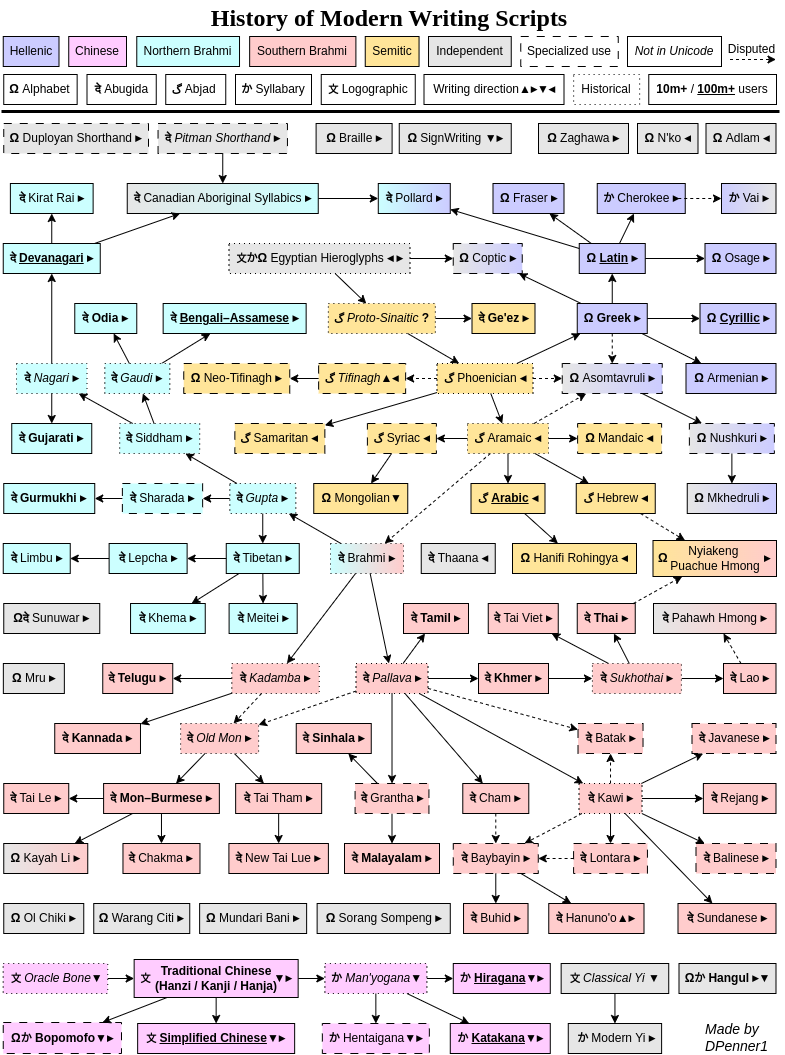
DPenner1/WritingSystemHistory keeps this draw.io diagram as Script History.png. Above is the earlier version. Source tidied: cells renumbered, new cells last; positions are measured from the earlier drawing's top-left corner, leaving out a move shared by most shapes.
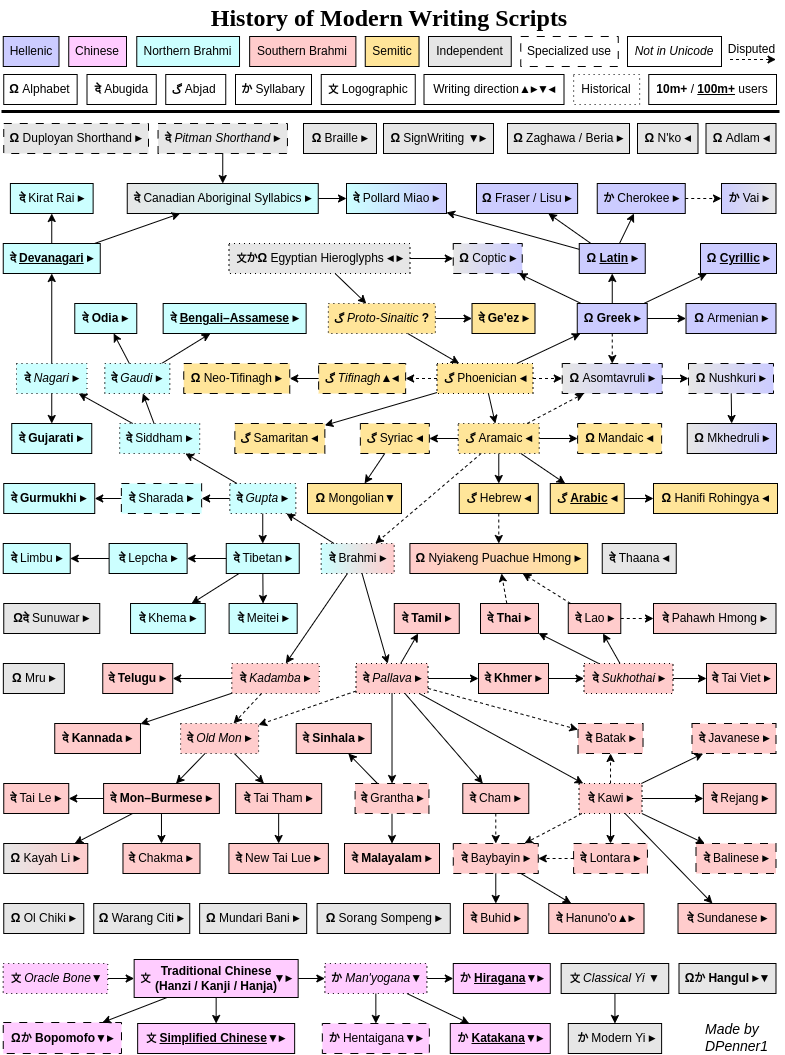
Above is the later version.

Commit message:
Added alternate script names, removed Osage per inclusion criteria

Diff of the diagram source:
```diff
@@ -42,19 +42,19 @@
       <mxGeometry x="203" y="225" as="geometry" />
     </mxCell>
     <mxCell id="15" value="&lt;font style=&quot;font-weight: 700; font-size: 11px;&quot;&gt;گ&lt;/font&gt;&lt;span style=&quot;font-weight: 700;&quot;&gt;&amp;nbsp;&lt;/span&gt;Aramaic&amp;nbsp;&lt;b&gt;◂&lt;/b&gt;" style="whiteSpace=wrap;html=1;dashed=1;dashPattern=1 4;fillColor=#FFE599;" parent="1" vertex="1">
-      <mxGeometry x="466" y="423" width="81" height="30" as="geometry" />
+      <mxGeometry x="456.8" y="423" width="81" height="30" as="geometry" />
     </mxCell>
     <mxCell id="16" style="endArrow=classic;html=1;" parent="1" edge="1" source="10" target="15">
       <mxGeometry x="284" y="435" as="geometry" />
     </mxCell>
     <mxCell id="17" value="&lt;font style=&quot;font-size: 11px;&quot;&gt;گ&lt;/font&gt;&amp;nbsp;&lt;span style=&quot;font-weight: normal;&quot;&gt;Hebrew&lt;/span&gt;&lt;span style=&quot;font-weight: 400;&quot;&gt;&amp;nbsp;&lt;/span&gt;&lt;b&gt;◂&lt;/b&gt;" style="whiteSpace=wrap;html=1;fontStyle=1;fillColor=#FFE599;" parent="1" vertex="1">
-      <mxGeometry x="574.8" y="483" width="79" height="30" as="geometry" />
+      <mxGeometry x="457.8" y="483" width="79" height="30" as="geometry" />
     </mxCell>
     <mxCell id="18" style="endArrow=classic;html=1;" parent="1" edge="1" source="15" target="17">
       <mxGeometry x="283" y="565" as="geometry" />
     </mxCell>
     <mxCell id="19" value="&lt;b&gt;दे&amp;nbsp;&lt;/b&gt;Brahmi&lt;span style=&quot;font-weight: 700;&quot;&gt;&amp;nbsp;▸&lt;/span&gt;" style="whiteSpace=wrap;html=1;dashed=1;dashPattern=1 4;gradientColor=#FFCCCC;gradientDirection=east;fillColor=#CCFFFF;" parent="1" vertex="1">
-      <mxGeometry x="329" y="543" width="73" height="30" as="geometry" />
+      <mxGeometry x="319.7" y="543" width="73" height="30" as="geometry" />
     </mxCell>
     <mxCell id="20" style="endArrow=classic;html=1;dashed=1;" parent="1" edge="1" source="15" target="19">
       <mxGeometry x="293" y="575" as="geometry" />
@@ -108,10 +108,10 @@
       <mxGeometry x="303" y="585" as="geometry" />
     </mxCell>
     <mxCell id="37" value="&lt;b&gt;दे&amp;nbsp;&lt;/b&gt;Thai ▸" style="whiteSpace=wrap;html=1;fontStyle=1;fillColor=#FFCCCC;" parent="1" vertex="1">
-      <mxGeometry x="575.8" y="603" width="58" height="30" as="geometry" />
+      <mxGeometry x="479" y="603" width="58" height="30" as="geometry" />
     </mxCell>
     <mxCell id="38" value="&lt;span title=&quot;Sanskrit-language text&quot;&gt;&lt;span lang=&quot;sa&quot;&gt;दे&amp;nbsp;&lt;/span&gt;&lt;/span&gt;&lt;span style=&quot;font-weight: normal;&quot;&gt;Lao&lt;/span&gt; ▸" style="whiteSpace=wrap;html=1;fontStyle=1;fillColor=#FFCCCC;" parent="1" vertex="1">
-      <mxGeometry x="722" y="663" width="52.5" height="30" as="geometry" />
+      <mxGeometry x="566.8" y="603" width="52.5" height="30" as="geometry" />
     </mxCell>
     <mxCell id="39" style="endArrow=classic;html=1;" parent="1" edge="1" source="35" target="34">
       <mxGeometry x="651" y="730" as="geometry" />
@@ -126,7 +126,7 @@
       <mxGeometry x="636" y="705" as="geometry" />
     </mxCell>
     <mxCell id="43" value="&lt;b&gt;दे&amp;nbsp;&lt;/b&gt;Tamil&amp;nbsp;▸" style="whiteSpace=wrap;html=1;fontStyle=1;fillColor=#FFCCCC;" parent="1" vertex="1">
-      <mxGeometry x="402" y="603" width="65" height="30" as="geometry" />
+      <mxGeometry x="392.8" y="603" width="65" height="30" as="geometry" />
     </mxCell>
     <mxCell id="44" value="&lt;b style=&quot;font-style: normal;&quot;&gt;दे&amp;nbsp;&lt;/b&gt;Kadamba&lt;span style=&quot;font-style: normal; font-weight: 700;&quot;&gt;&amp;nbsp;▸&lt;/span&gt;" style="whiteSpace=wrap;html=1;dashed=1;dashPattern=1 4;fillColor=#FFCCCC;fontStyle=2;" parent="1" vertex="1">
       <mxGeometry x="230.2" y="663" width="87.5" height="30" as="geometry" />
@@ -144,7 +144,7 @@
       <mxGeometry x="740" y="517" as="geometry" />
     </mxCell>
     <mxCell id="49" value="&lt;font style=&quot;font-weight: 700; font-size: 11px;&quot;&gt;گ&lt;/font&gt;&lt;span style=&quot;font-weight: 700;&quot;&gt;&amp;nbsp;&lt;/span&gt;Syriac&amp;nbsp;&lt;b&gt;◂&lt;/b&gt;" style="whiteSpace=wrap;html=1;dashed=1;fillColor=#FFE599;dashPattern=8 8;" parent="1" vertex="1">
-      <mxGeometry x="365.9" y="423" width="69" height="30" as="geometry" />
+      <mxGeometry x="358.9" y="423" width="69" height="30" as="geometry" />
     </mxCell>
     <mxCell id="50" style="endArrow=classic;html=1;" parent="1" edge="1" source="15" target="49">
       <mxGeometry x="496" y="582" as="geometry" />
@@ -153,22 +153,22 @@
       <mxGeometry x="662" y="472" as="geometry" />
     </mxCell>
     <mxCell id="52" value="&lt;font style=&quot;font-size: 11px;&quot;&gt;گ&lt;/font&gt;&amp;nbsp;&lt;u&gt;Arabic&lt;/u&gt;&amp;nbsp;&lt;b&gt;◂&lt;/b&gt;" style="whiteSpace=wrap;html=1;fontStyle=1;fillColor=#FFE599;" parent="1" vertex="1">
-      <mxGeometry x="469.5" y="483" width="74" height="30" as="geometry" />
+      <mxGeometry x="548.8" y="483" width="74" height="30" as="geometry" />
     </mxCell>
     <mxCell id="53" style="endArrow=classic;html=1;" parent="1" edge="1" source="49" target="54">
       <mxGeometry x="672" y="482" as="geometry" />
     </mxCell>
     <mxCell id="54" value="&lt;b&gt;&amp;nbsp;Ω&amp;nbsp;&lt;/b&gt;Mongolian&lt;b&gt;▼&lt;/b&gt;" style="whiteSpace=wrap;html=1;fillColor=#FFE599;" parent="1" vertex="1">
-      <mxGeometry x="312.2" y="483" width="94" height="30" as="geometry" />
+      <mxGeometry x="306" y="483" width="94" height="30" as="geometry" />
     </mxCell>
     <mxCell id="55" value="&lt;b&gt;Ω&amp;nbsp;&lt;/b&gt;Asomtavruli&lt;span style=&quot;font-weight: 700;&quot;&gt;&amp;nbsp;▸&lt;/span&gt;" style="whiteSpace=wrap;html=1;fontStyle=0;fillColor=#CCCCFF;gradientColor=#E6E6E6;gradientDirection=west;dashed=1;dashPattern=8 8;" parent="1" vertex="1">
       <mxGeometry x="560.8" y="363" width="100" height="30" as="geometry" />
     </mxCell>
     <mxCell id="56" value="&lt;b&gt;Ω&amp;nbsp;&lt;/b&gt;&lt;span style=&quot;font-weight: normal;&quot;&gt;Armenian&lt;/span&gt;&amp;nbsp;▸" style="whiteSpace=wrap;html=1;fontStyle=1;fillColor=#CCCCFF;" parent="1" vertex="1">
-      <mxGeometry x="684.5" y="363" width="90" height="30" as="geometry" />
+      <mxGeometry x="684.5" y="303" width="90" height="30" as="geometry" />
     </mxCell>
     <mxCell id="57" value="&lt;b&gt;Ω&amp;nbsp;&lt;/b&gt;&lt;u&gt;Cyrillic&lt;/u&gt;&amp;nbsp;▸" style="whiteSpace=wrap;html=1;fontStyle=1;fillColor=#CCCCFF;" parent="1" vertex="1">
-      <mxGeometry x="698.5" y="303" width="76" height="30" as="geometry" />
+      <mxGeometry x="699" y="243" width="76" height="30" as="geometry" />
     </mxCell>
     <mxCell id="58" style="endArrow=classic;html=1;" parent="1" edge="1" source="12" target="57">
       <mxGeometry x="175" y="395" as="geometry" />
@@ -183,7 +183,7 @@
       <mxGeometry x="409" y="580" as="geometry" />
     </mxCell>
     <mxCell id="62" value="&lt;b&gt;दे&amp;nbsp;&lt;/b&gt;Tai Viet&lt;span style=&quot;font-weight: 700;&quot;&gt;&amp;nbsp;▸&lt;/span&gt;" style="whiteSpace=wrap;html=1;fillColor=#FFCCCC;" parent="1" vertex="1">
-      <mxGeometry x="486.8" y="603" width="70" height="30" as="geometry" />
+      <mxGeometry x="705" y="663" width="70" height="30" as="geometry" />
     </mxCell>
     <mxCell id="63" style="endArrow=classic;html=1;" parent="1" edge="1" source="143" target="62">
       <mxGeometry x="860" y="845" as="geometry" />
@@ -236,10 +236,8 @@
     <mxCell id="79" value="&lt;span style=&quot;font-size: 11px; font-weight: 700;&quot;&gt;か&amp;nbsp;&lt;/span&gt;Vai&lt;span style=&quot;font-weight: 700;&quot;&gt;&amp;nbsp;▸&lt;/span&gt;" style="whiteSpace=wrap;html=1;fillColor=#CCCCFF;gradientColor=#E6E6E6;gradientDirection=east;" parent="1" vertex="1">
       <mxGeometry x="720" y="183" width="54.5" height="30" as="geometry" />
     </mxCell>
-    <mxCell id="80" style="endArrow=classic;html=1;dashed=1;" parent="1" edge="1" target="79">
-      <mxGeometry x="95" y="428" as="geometry">
-        <mxPoint x="676.8" y="198" as="sourcePoint" />
-      </mxGeometry>
+    <mxCell id="80" style="endArrow=classic;html=1;dashed=1;" parent="1" edge="1" source="77" target="79">
+      <mxGeometry x="95" y="428" as="geometry" />
     </mxCell>
     <mxCell id="81" value="&lt;b&gt;दे&amp;nbsp;&lt;/b&gt;Canadian Aboriginal Syllabics&amp;nbsp;&lt;span style=&quot;font-weight: 700;&quot;&gt;▸&lt;/span&gt;" style="whiteSpace=wrap;html=1;fillColor=#CCFFFF;gradientColor=#E6E6E6;gradientDirection=west;" parent="1" vertex="1">
       <mxGeometry x="125.8" y="183" width="191" height="30" as="geometry" />
@@ -290,7 +288,7 @@
       <mxGeometry x="317.1" y="363" width="87" height="30" as="geometry" />
     </mxCell>
     <mxCell id="97" value="&lt;b&gt;दे&amp;nbsp;&lt;/b&gt;Thaana&amp;nbsp;&lt;b&gt;◂&lt;/b&gt;" style="whiteSpace=wrap;html=1;fillColor=#E6E6E6;gradientColor=none;gradientDirection=east;" parent="1" vertex="1">
-      <mxGeometry x="419.8" y="543" width="74" height="30" as="geometry" />
+      <mxGeometry x="600.8" y="543" width="74" height="30" as="geometry" />
     </mxCell>
     <mxCell id="98" value="&lt;b&gt;दे&amp;nbsp;&lt;/b&gt;Batak&lt;span style=&quot;font-weight: 700;&quot;&gt;&amp;nbsp;▸&lt;/span&gt;" style="whiteSpace=wrap;html=1;fillColor=#FFCCCC;dashed=1;dashPattern=8 8;" parent="1" vertex="1">
       <mxGeometry x="576.5" y="723" width="65" height="30" as="geometry" />
@@ -322,7 +320,7 @@
     <mxCell id="107" value="&lt;b&gt;दे&amp;nbsp;&lt;/b&gt;Hanuno'o▲&lt;span style=&quot;font-weight: 700;&quot;&gt;▸&lt;/span&gt;" style="whiteSpace=wrap;html=1;fillColor=#FFCCCC;" parent="1" vertex="1">
       <mxGeometry x="547.2" y="903" width="95.2" height="30" as="geometry" />
     </mxCell>
-    <mxCell id="108" value="&lt;b&gt;दे&lt;/b&gt;&lt;b style=&quot;font-size: 11px;&quot;&gt;&amp;nbsp;&lt;/b&gt;Pahawh Hmong&amp;nbsp;&lt;span style=&quot;font-weight: 700;&quot;&gt;▸&lt;/span&gt;" style="whiteSpace=wrap;html=1;fillColor=#FFCCCC;gradientColor=#E6E6E6;gradientDirection=west;" parent="1" vertex="1">
+    <mxCell id="108" value="&lt;b&gt;दे&lt;/b&gt;&lt;b style=&quot;font-size: 11px;&quot;&gt;&amp;nbsp;&lt;/b&gt;Pahawh Hmong&amp;nbsp;&lt;span style=&quot;font-weight: 700;&quot;&gt;▸&lt;/span&gt;" style="whiteSpace=wrap;html=1;fillColor=#FFCCCC;gradientColor=#E6E6E6;gradientDirection=east;" parent="1" vertex="1">
       <mxGeometry x="652" y="603" width="122.5" height="30" as="geometry" />
     </mxCell>
     <mxCell id="109" value="&lt;b&gt;दे&amp;nbsp;&lt;/b&gt;Tai Tham&lt;span style=&quot;font-weight: 700;&quot;&gt;&amp;nbsp;▸&lt;/span&gt;" style="whiteSpace=wrap;html=1;fillColor=#FFCCCC;" parent="1" vertex="1">
@@ -343,8 +341,8 @@
     <mxCell id="114" style="endArrow=classic;html=1;" parent="1" edge="1" source="111" target="113">
       <mxGeometry x="343" y="625" as="geometry" />
     </mxCell>
-    <mxCell id="115" value="&lt;b&gt;Ω &lt;/b&gt;Fraser&lt;span style=&quot;font-weight: 700;&quot;&gt;&amp;nbsp;▸&lt;/span&gt;" style="whiteSpace=wrap;html=1;fillColor=#CCCCFF;" parent="1" vertex="1">
-      <mxGeometry x="491.5" y="183" width="71" height="30" as="geometry" />
+    <mxCell id="115" value="&lt;b&gt;Ω &lt;/b&gt;Fraser / Lisu&lt;span style=&quot;font-weight: 700;&quot;&gt;&amp;nbsp;▸&lt;/span&gt;" style="whiteSpace=wrap;html=1;fillColor=#CCCCFF;" parent="1" vertex="1">
+      <mxGeometry x="475" y="183" width="101.1" height="30" as="geometry" />
     </mxCell>
     <mxCell id="116" style="endArrow=classic;html=1;" parent="1" edge="1" source="2" target="115">
       <mxGeometry x="175" y="395" as="geometry" />
@@ -355,8 +353,8 @@
     <mxCell id="118" value="&lt;b&gt;Ω&amp;nbsp;&lt;/b&gt;N'ko&amp;nbsp;&lt;b&gt;◂&lt;/b&gt;" style="whiteSpace=wrap;html=1;fillColor=#E6E6E6;" parent="1" vertex="1">
       <mxGeometry x="636" y="123" width="60.5" height="30" as="geometry" />
     </mxCell>
-    <mxCell id="119" value="&lt;b&gt;दे&amp;nbsp;&lt;/b&gt;Pollard&lt;span style=&quot;font-weight: 700;&quot;&gt;&amp;nbsp;▸&lt;/span&gt;" style="whiteSpace=wrap;html=1;fillColor=#CCCCFF;gradientColor=#CCFFFF;gradientDirection=west;" parent="1" vertex="1">
-      <mxGeometry x="376.8" y="183" width="72" height="30" as="geometry" />
+    <mxCell id="119" value="&lt;b&gt;दे&amp;nbsp;&lt;/b&gt;Pollard Miao&lt;span style=&quot;font-weight: 700;&quot;&gt;&amp;nbsp;▸&lt;/span&gt;" style="whiteSpace=wrap;html=1;fillColor=#CCCCFF;gradientColor=#CCFFFF;gradientDirection=west;" parent="1" vertex="1">
+      <mxGeometry x="345" y="183" width="100" height="30" as="geometry" />
     </mxCell>
     <mxCell id="120" style="endArrow=classic;html=1;" parent="1" edge="1" source="2" target="119">
       <mxGeometry x="195" y="415" as="geometry" />
@@ -371,7 +369,7 @@
       <mxGeometry x="155" y="375" as="geometry" />
     </mxCell>
     <mxCell id="124" value="&lt;b&gt;दे&lt;/b&gt;&lt;b style=&quot;font-size: 11px;&quot;&gt;&amp;nbsp;&lt;/b&gt;Sharada&amp;nbsp;&lt;b&gt;▸&lt;/b&gt;" style="whiteSpace=wrap;html=1;dashed=1;fillColor=#CCFFFF;dashPattern=8 8;" parent="1" vertex="1">
-      <mxGeometry x="120.9" y="483" width="80.2" height="30" as="geometry" />
+      <mxGeometry x="119.9" y="483" width="80.2" height="30" as="geometry" />
     </mxCell>
     <mxCell id="125" style="endArrow=classic;html=1;" parent="1" edge="1" source="21" target="124">
       <mxGeometry x="333" y="615" as="geometry" />
@@ -431,7 +429,7 @@
       <mxGeometry x="584" y="637" as="geometry" />
     </mxCell>
     <mxCell id="143" value="&lt;b&gt;दे&amp;nbsp;&lt;/b&gt;&lt;i&gt;Sukhothai&lt;/i&gt;&lt;span style=&quot;font-weight: 700;&quot;&gt;&amp;nbsp;▸&lt;/span&gt;" style="whiteSpace=wrap;html=1;fontStyle=0;fillColor=#FFCCCC;dashed=1;dashPattern=1 4;" parent="1" vertex="1">
-      <mxGeometry x="590.9" y="663" width="89" height="30" as="geometry" />
+      <mxGeometry x="582.5" y="663" width="89" height="30" as="geometry" />
     </mxCell>
     <mxCell id="144" style="endArrow=classic;html=1;" parent="1" edge="1" source="143" target="37">
       <mxGeometry x="850" y="835" as="geometry" />
@@ -476,7 +474,7 @@
       <mxGeometry x="303" y="585" as="geometry" />
     </mxCell>
     <mxCell id="158" value="&lt;b&gt;Ω&lt;/b&gt;&lt;span style=&quot;font-size: 11px;&quot;&gt;&amp;nbsp;&lt;/span&gt;&lt;span style=&quot;font-weight: normal;&quot;&gt;Braille&lt;/span&gt; ▸" style="whiteSpace=wrap;html=1;fontStyle=1;fillColor=#E6E6E6;" parent="1" vertex="1">
-      <mxGeometry x="314.6" y="123" width="76" height="30" as="geometry" />
+      <mxGeometry x="302" y="123" width="73" height="30" as="geometry" />
     </mxCell>
     <mxCell id="159" style="endArrow=classic;html=1;" parent="1" edge="1" source="151" target="107">
       <mxGeometry x="671" y="750" as="geometry" />
@@ -535,14 +533,8 @@
     <mxCell id="177" value="&lt;b&gt;Ω&amp;nbsp;&lt;/b&gt;Adlam&amp;nbsp;&lt;b&gt;◂&lt;/b&gt;" style="whiteSpace=wrap;html=1;fillColor=#E6E6E6;" parent="1" vertex="1">
       <mxGeometry x="704.5" y="123" width="70" height="30" as="geometry" />
     </mxCell>
-    <mxCell id="178" value="&lt;b&gt;Ω &lt;/b&gt;Osage&lt;span style=&quot;font-weight: 700;&quot;&gt;&amp;nbsp;▸&lt;/span&gt;" style="whiteSpace=wrap;html=1;fillColor=#CCCCFF;" parent="1" vertex="1">
-      <mxGeometry x="703.5" y="243" width="71" height="30" as="geometry" />
-    </mxCell>
-    <mxCell id="179" style="endArrow=classic;html=1;" parent="1" edge="1" source="2" target="178">
-      <mxGeometry x="175" y="395" as="geometry" />
-    </mxCell>
     <mxCell id="180" value="&lt;b&gt;Ω&amp;nbsp;&lt;/b&gt;Hanifi Rohingya&amp;nbsp;&lt;b&gt;◂&lt;/b&gt;" style="whiteSpace=wrap;html=1;fillColor=#FFE599;" parent="1" vertex="1">
-      <mxGeometry x="511" y="543" width="124" height="30" as="geometry" />
+      <mxGeometry x="652" y="483" width="124" height="30" as="geometry" />
     </mxCell>
     <mxCell id="181" style="endArrow=classic;html=1;" parent="1" edge="1" source="52" target="180">
       <mxGeometry x="662" y="472" as="geometry" />
@@ -560,7 +552,7 @@
       <mxGeometry x="620" y="850" as="geometry" />
     </mxCell>
     <mxCell id="186" value="&lt;b&gt;Ω&lt;/b&gt;&lt;span style=&quot;font-size: 11px;&quot;&gt;&amp;nbsp;&lt;/span&gt;&lt;span style=&quot;font-weight: normal;&quot;&gt;SignWriting&lt;/span&gt;&amp;nbsp;▼▸" style="whiteSpace=wrap;html=1;fontStyle=1;fillColor=#E6E6E6;" parent="1" vertex="1">
-      <mxGeometry x="397.8" y="123" width="112" height="30" as="geometry" />
+      <mxGeometry x="382" y="123" width="110" height="30" as="geometry" />
     </mxCell>
     <mxCell id="187" style="endArrow=classic;html=1;" parent="1" edge="1" source="208" target="89">
       <mxGeometry x="671" y="750" as="geometry" />
@@ -649,11 +641,11 @@
     <mxCell id="214" style="endArrow=classic;html=1;" parent="1" edge="1" source="25" target="213">
       <mxGeometry x="333" y="615" as="geometry" />
     </mxCell>
-    <mxCell id="215" value="&lt;b&gt;Ω&lt;/b&gt;&amp;nbsp;Zaghawa&amp;nbsp;&lt;b&gt;▸&lt;/b&gt;" style="whiteSpace=wrap;html=1;fillColor=#E6E6E6;" parent="1" vertex="1">
-      <mxGeometry x="537" y="123" width="90" height="30" as="geometry" />
+    <mxCell id="215" value="&lt;b&gt;Ω&lt;/b&gt;&amp;nbsp;Zaghawa / Beria&amp;nbsp;&lt;b&gt;▸&lt;/b&gt;" style="whiteSpace=wrap;html=1;fillColor=#E6E6E6;" parent="1" vertex="1">
+      <mxGeometry x="506" y="123" width="122" height="30" as="geometry" />
     </mxCell>
-    <mxCell id="216" value="&lt;span style=&quot;font-weight: 400;&quot;&gt;Nyiakeng&amp;nbsp;&lt;/span&gt;&lt;div&gt;&lt;span style=&quot;font-weight: 400;&quot;&gt;Puachue Hmong&lt;/span&gt;&lt;/div&gt;" style="whiteSpace=wrap;html=1;fontStyle=1;fillColor=#FFCCCC;gradientColor=#FFE599;gradientDirection=west;" parent="1" vertex="1">
-      <mxGeometry x="651.5" y="540" width="123.5" height="36" as="geometry" />
+    <mxCell id="216" value="&lt;b&gt;Ω&amp;nbsp;&lt;/b&gt;&lt;span style=&quot;font-weight: 400;&quot;&gt;Nyiakeng&amp;nbsp;&lt;/span&gt;&lt;span style=&quot;font-weight: 400; background-color: transparent; color: light-dark(rgb(0, 0, 0), rgb(255, 255, 255));&quot;&gt;Puachue Hmong&amp;nbsp;&lt;/span&gt;▸" style="whiteSpace=wrap;html=1;fontStyle=1;fillColor=#FFCCCC;gradientColor=#FFE599;gradientDirection=east;" parent="1" vertex="1">
+      <mxGeometry x="408.4" y="543" width="177.7" height="30" as="geometry" />
     </mxCell>
     <mxCell id="217" style="endArrow=classic;html=1;dashed=1;" parent="1" edge="1" source="17" target="216">
       <mxGeometry x="671" y="750" as="geometry" />
@@ -662,10 +654,10 @@
       <mxGeometry x="671" y="750" as="geometry" />
     </mxCell>
     <mxCell id="219" value="&lt;b&gt;Ω&amp;nbsp;&lt;/b&gt;Nushkuri&lt;span style=&quot;font-weight: 700;&quot;&gt;&amp;nbsp;▸&lt;/span&gt;" style="whiteSpace=wrap;html=1;fontStyle=0;fillColor=#CCCCFF;gradientColor=#E6E6E6;gradientDirection=west;dashed=1;dashPattern=8 8;" parent="1" vertex="1">
-      <mxGeometry x="687.9" y="423" width="85" height="30" as="geometry" />
+      <mxGeometry x="687" y="363" width="85" height="30" as="geometry" />
     </mxCell>
     <mxCell id="220" value="&lt;b&gt;Ω&amp;nbsp;&lt;/b&gt;Mkhedruli&lt;span style=&quot;font-weight: 700;&quot;&gt;&amp;nbsp;▸&lt;/span&gt;" style="whiteSpace=wrap;html=1;fontStyle=0;fillColor=#CCCCFF;gradientColor=#E6E6E6;gradientDirection=west;" parent="1" vertex="1">
-      <mxGeometry x="685.8" y="483" width="89.2" height="30" as="geometry" />
+      <mxGeometry x="685.8" y="423" width="89.2" height="30" as="geometry" />
     </mxCell>
     <mxCell id="221" style="endArrow=classic;html=1;" parent="1" edge="1" source="55" target="219">
       <mxGeometry x="195" y="415" as="geometry" />
@@ -673,8 +665,8 @@
     <mxCell id="222" style="endArrow=classic;html=1;" parent="1" edge="1" source="219" target="220">
       <mxGeometry x="195" y="415" as="geometry" />
     </mxCell>
-    <mxCell id="223" value="&lt;font style=&quot;font-weight: 700; font-size: 11px;&quot;&gt;&lt;b style=&quot;font-size: 12px;&quot;&gt;Ω&amp;nbsp;&lt;/b&gt;&amp;nbsp;&lt;/font&gt;&lt;span style=&quot;font-weight: 700;&quot;&gt;&amp;nbsp; &amp;nbsp; &amp;nbsp; &amp;nbsp; &amp;nbsp; &amp;nbsp; &amp;nbsp; &amp;nbsp; &amp;nbsp; &amp;nbsp; &amp;nbsp; &amp;nbsp; &amp;nbsp; &amp;nbsp;&lt;/span&gt;&lt;span style=&quot;font-weight: 700;&quot;&gt;▸&lt;/span&gt;" style="text;html=1;align=center;verticalAlign=middle;whiteSpace=wrap;rounded=0;" parent="1" vertex="1">
-      <mxGeometry x="653" y="543" width="120" height="30" as="geometry" />
-    </mxCell>
+    <mxCell id="224" style="endArrow=classic;html=1;dashed=1;" parent="1" edge="1" source="38" target="216">
+      <mxGeometry x="671" y="750" as="geometry" />
+    </mxCell>
   </root>
 </mxGraphModel>
```
